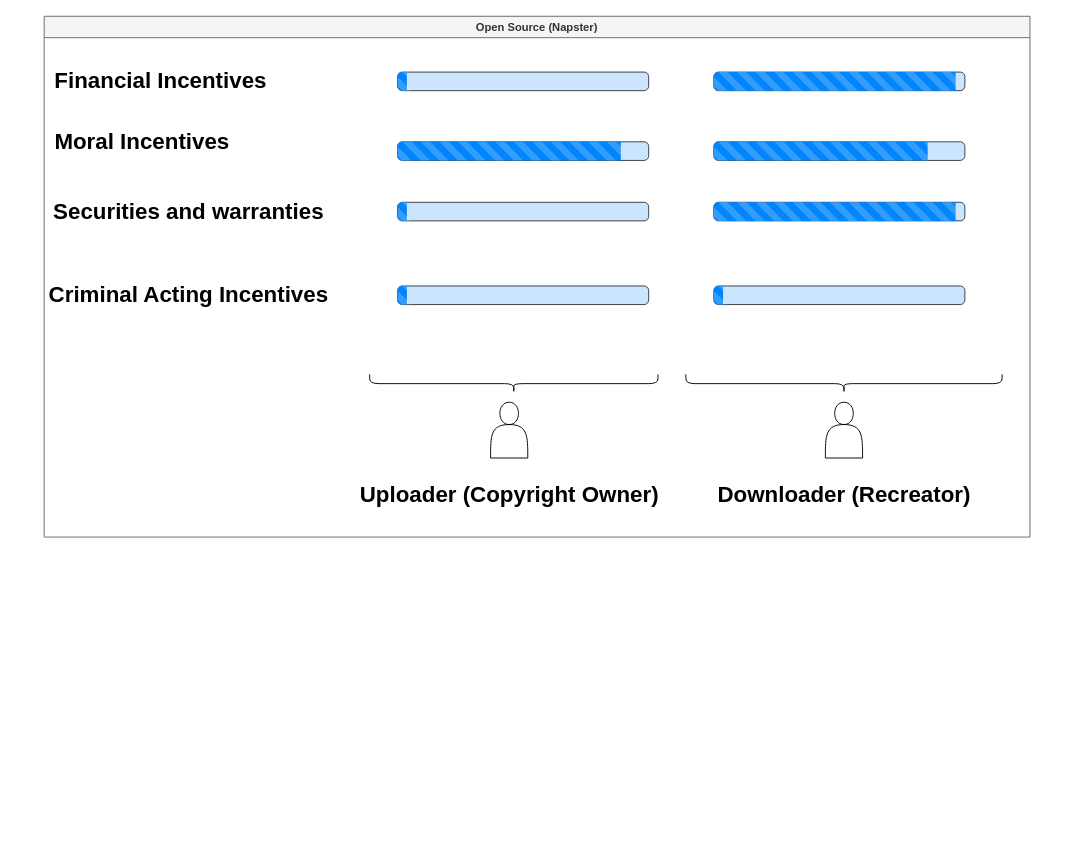
Earlier version of the draw.io diagram page "Incentive Diagramm_Open_Source" (18 of 21) of beatblender_diagrams.drawio (maximilian-mintchev/Diagrams). Source tidied: cells renumbered, new cells numbered last; positions are measured from the earlier drawing's top-left corner, leaving out a move shared by most shapes. Both pictures are drawn from the tidied source at 93%, with x=0, y=0 at pixel (16, 16).
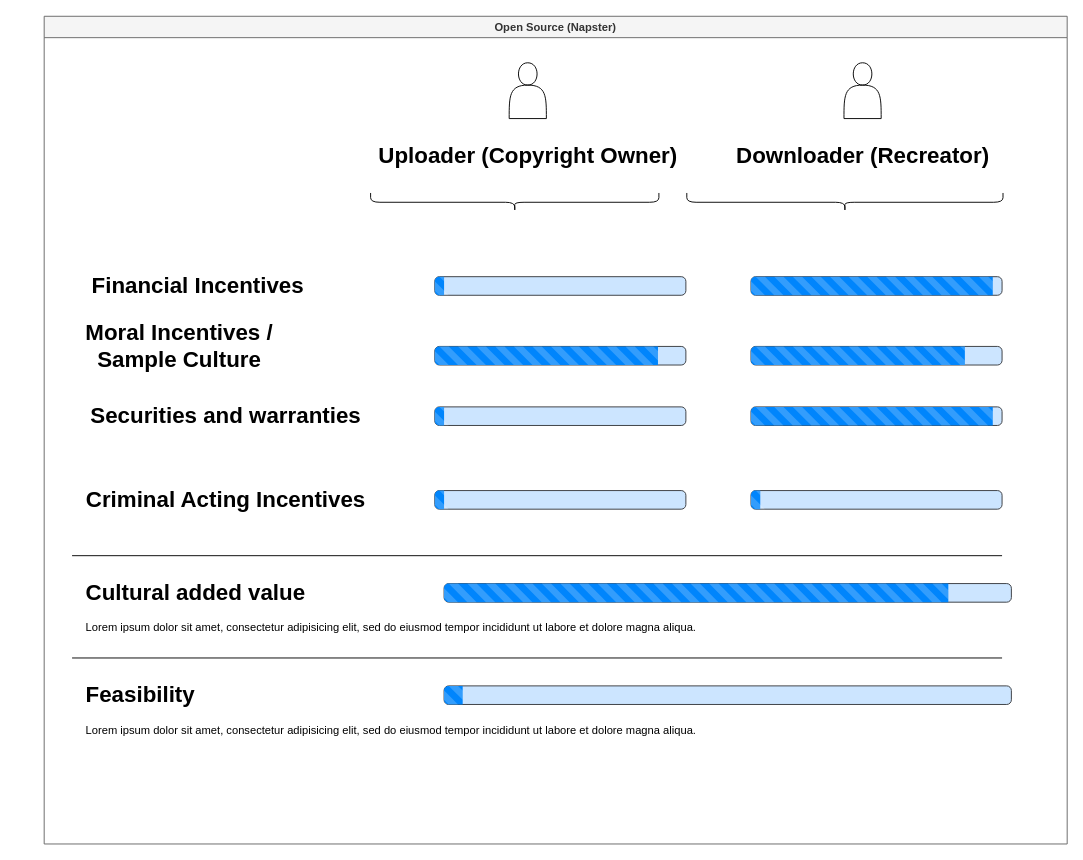
Above is the later version.

The edit, as a diff of the source:
```diff
@@
     <mxCell id="2" value="Open Source (Napster)" style="swimlane;startSize=23;fillColor=#f5f5f5;strokeColor=#666666;fontColor=#333333;" parent="1" vertex="1">
-      <mxGeometry x="30" width="1060" height="560" as="geometry" />
+      <mxGeometry x="30" width="1100" height="890" as="geometry" />
     </mxCell>
-    <mxCell id="3" style="group;" parent="2" vertex="1">
-      <mxGeometry x="810" y="415" width="100" height="120" as="geometry" />
-    </mxCell>
-    <mxCell id="4" style="shape=actor;whiteSpace=wrap;html=1;" parent="3" vertex="1">
-      <mxGeometry x="30" width="40" height="60" as="geometry" />
-    </mxCell>
-    <mxCell id="5" value="Downloader (Recreator)" style="text;strokeColor=none;fillColor=none;html=1;fontSize=24;fontStyle=1;verticalAlign=middle;align=center;" parent="3" vertex="1">
-      <mxGeometry y="80" width="100" height="40" as="geometry" />
-    </mxCell>
-    <mxCell id="6" style="group;" parent="2" vertex="1">
-      <mxGeometry x="450" y="415" width="100" height="120" as="geometry" />
-    </mxCell>
-    <mxCell id="7" style="shape=actor;whiteSpace=wrap;html=1;" parent="6" vertex="1">
-      <mxGeometry x="30" width="40" height="60" as="geometry" />
-    </mxCell>
-    <mxCell id="8" value="Uploader (Copyright Owner)" style="text;strokeColor=none;fillColor=none;html=1;fontSize=24;fontStyle=1;verticalAlign=middle;align=center;" parent="6" vertex="1">
-      <mxGeometry y="80" width="100" height="40" as="geometry" />
-    </mxCell>
-    <mxCell id="9" style="shape=curlyBracket;whiteSpace=wrap;html=1;rounded=1;rotation=-90;" parent="2" vertex="1">
-      <mxGeometry x="495" y="240" width="20" height="310" as="geometry" />
-    </mxCell>
-    <mxCell id="10" style="html=1;shadow=0;shape=mxgraph.bootstrap.rrect;rSize=5;strokeColor=#36393d;whiteSpace=wrap;labelBorderColor=#000000;sketch=0;fillColor=#cce5ff;" parent="2" vertex="1">
-      <mxGeometry x="380" y="60" width="270" height="20" as="geometry" />
-    </mxCell>
-    <mxCell id="11" style="html=1;shadow=0;dashed=0;shape=mxgraph.bootstrap.leftButtonStriped;fillColor=#0085FC;fontColor=#FFFFFF;whiteSpace=wrap;" parent="10" vertex="1">
-      <mxGeometry width="10" height="20" as="geometry" />
-    </mxCell>
+    <mxCell id="31" style="html=1;shadow=0;shape=mxgraph.bootstrap.rrect;rSize=5;strokeColor=#36393d;whiteSpace=wrap;labelBorderColor=#000000;sketch=0;fillColor=#cce5ff;" parent="2" vertex="1">
+      <mxGeometry x="420" y="280" width="270" height="20" as="geometry" />
+    </mxCell>
+    <mxCell id="32" style="html=1;shadow=0;dashed=0;shape=mxgraph.bootstrap.leftButtonStriped;fillColor=#0085FC;fontColor=#FFFFFF;whiteSpace=wrap;" parent="31" vertex="1">
+      <mxGeometry width="10" height="20" as="geometry" />
+    </mxCell>
     <mxCell id="12" value="Financial Incentives" style="text;strokeColor=none;fillColor=none;html=1;fontSize=24;fontStyle=1;verticalAlign=middle;align=center;shadow=0;sketch=0;" parent="2" vertex="1">
-      <mxGeometry x="-10" y="50" width="270" height="40" as="geometry" />
+      <mxGeometry x="30" y="270" width="270" height="40" as="geometry" />
     </mxCell>
     <mxCell id="13" value="Securities and warranties" style="text;strokeColor=none;fillColor=none;html=1;fontSize=24;fontStyle=1;verticalAlign=middle;align=center;shadow=0;sketch=0;" parent="2" vertex="1">
-      <mxGeometry x="20" y="190" width="270" height="40" as="geometry" />
+      <mxGeometry x="60" y="410" width="270" height="40" as="geometry" />
     </mxCell>
-    <mxCell id="14" style="shape=curlyBracket;whiteSpace=wrap;html=1;rounded=1;rotation=-90;" parent="2" vertex="1">
-      <mxGeometry x="850" y="225" width="20" height="340" as="geometry" />
-    </mxCell>
-    <mxCell id="15" style="html=1;shadow=0;shape=mxgraph.bootstrap.rrect;rSize=5;strokeColor=#36393d;whiteSpace=wrap;labelBorderColor=#000000;sketch=0;fillColor=#cce5ff;" parent="2" vertex="1">
-      <mxGeometry x="380" y="200" width="270" height="20" as="geometry" />
-    </mxCell>
-    <mxCell id="16" style="html=1;shadow=0;dashed=0;shape=mxgraph.bootstrap.leftButtonStriped;fillColor=#0085FC;fontColor=#FFFFFF;whiteSpace=wrap;" parent="15" vertex="1">
-      <mxGeometry width="10" height="20" as="geometry" />
-    </mxCell>
-    <mxCell id="17" style="html=1;shadow=0;shape=mxgraph.bootstrap.rrect;rSize=5;strokeColor=#36393d;whiteSpace=wrap;labelBorderColor=#000000;sketch=0;fillColor=#cce5ff;" parent="2" vertex="1">
-      <mxGeometry x="720" y="60" width="270" height="20" as="geometry" />
-    </mxCell>
-    <mxCell id="18" style="html=1;shadow=0;dashed=0;shape=mxgraph.bootstrap.leftButtonStriped;fillColor=#0085FC;fontColor=#FFFFFF;whiteSpace=wrap;" parent="17" vertex="1">
-      <mxGeometry width="260" height="20" as="geometry" />
-    </mxCell>
-    <mxCell id="19" style="html=1;shadow=0;shape=mxgraph.bootstrap.rrect;rSize=5;strokeColor=#36393d;whiteSpace=wrap;labelBorderColor=#000000;sketch=0;fillColor=#cce5ff;" parent="2" vertex="1">
-      <mxGeometry x="720" y="200" width="270" height="20" as="geometry" />
-    </mxCell>
-    <mxCell id="20" style="html=1;shadow=0;dashed=0;shape=mxgraph.bootstrap.leftButtonStriped;fillColor=#0085FC;fontColor=#FFFFFF;whiteSpace=wrap;" parent="19" vertex="1">
-      <mxGeometry width="260" height="20" as="geometry" />
-    </mxCell>
-    <mxCell id="21" style="html=1;shadow=0;shape=mxgraph.bootstrap.rrect;rSize=5;strokeColor=#36393d;whiteSpace=wrap;labelBorderColor=#000000;sketch=0;fillColor=#cce5ff;" parent="2" vertex="1">
-      <mxGeometry x="380" y="135" width="270" height="20" as="geometry" />
-    </mxCell>
+    <mxCell id="33" style="html=1;shadow=0;shape=mxgraph.bootstrap.rrect;rSize=5;strokeColor=#36393d;whiteSpace=wrap;labelBorderColor=#000000;sketch=0;fillColor=#cce5ff;" parent="2" vertex="1">
+      <mxGeometry x="420" y="420" width="270" height="20" as="geometry" />
+    </mxCell>
+    <mxCell id="34" style="html=1;shadow=0;dashed=0;shape=mxgraph.bootstrap.leftButtonStriped;fillColor=#0085FC;fontColor=#FFFFFF;whiteSpace=wrap;" parent="33" vertex="1">
+      <mxGeometry width="10" height="20" as="geometry" />
+    </mxCell>
+    <mxCell id="35" style="html=1;shadow=0;shape=mxgraph.bootstrap.rrect;rSize=5;strokeColor=#36393d;whiteSpace=wrap;labelBorderColor=#000000;sketch=0;fillColor=#cce5ff;" parent="2" vertex="1">
+      <mxGeometry x="760" y="280" width="270" height="20" as="geometry" />
+    </mxCell>
+    <mxCell id="36" style="html=1;shadow=0;dashed=0;shape=mxgraph.bootstrap.leftButtonStriped;fillColor=#0085FC;fontColor=#FFFFFF;whiteSpace=wrap;" parent="35" vertex="1">
+      <mxGeometry width="260" height="20" as="geometry" />
+    </mxCell>
+    <mxCell id="37" style="html=1;shadow=0;shape=mxgraph.bootstrap.rrect;rSize=5;strokeColor=#36393d;whiteSpace=wrap;labelBorderColor=#000000;sketch=0;fillColor=#cce5ff;" parent="2" vertex="1">
+      <mxGeometry x="760" y="420" width="270" height="20" as="geometry" />
+    </mxCell>
+    <mxCell id="38" style="html=1;shadow=0;dashed=0;shape=mxgraph.bootstrap.leftButtonStriped;fillColor=#0085FC;fontColor=#FFFFFF;whiteSpace=wrap;" parent="37" vertex="1">
+      <mxGeometry width="260" height="20" as="geometry" />
+    </mxCell>
+    <mxCell id="39" style="html=1;shadow=0;shape=mxgraph.bootstrap.rrect;rSize=5;strokeColor=#36393d;whiteSpace=wrap;labelBorderColor=#000000;sketch=0;fillColor=#cce5ff;" parent="2" vertex="1">
+      <mxGeometry x="420" y="355" width="270" height="20" as="geometry" />
+    </mxCell>
-    <mxCell id="22" style="html=1;shadow=0;dashed=0;shape=mxgraph.bootstrap.leftButtonStriped;fillColor=#0085FC;fontColor=#FFFFFF;whiteSpace=wrap;" parent="21" vertex="1">
+    <mxCell id="22" style="html=1;shadow=0;dashed=0;shape=mxgraph.bootstrap.leftButtonStriped;fillColor=#0085FC;fontColor=#FFFFFF;whiteSpace=wrap;" parent="39" vertex="1">
       <mxGeometry width="240" height="20" as="geometry" />
     </mxCell>
-    <mxCell id="23" style="html=1;shadow=0;shape=mxgraph.bootstrap.rrect;rSize=5;strokeColor=#36393d;whiteSpace=wrap;labelBorderColor=#000000;sketch=0;fillColor=#cce5ff;" parent="2" vertex="1">
-      <mxGeometry x="720" y="135" width="270" height="20" as="geometry" />
-    </mxCell>
+    <mxCell id="40" style="html=1;shadow=0;shape=mxgraph.bootstrap.rrect;rSize=5;strokeColor=#36393d;whiteSpace=wrap;labelBorderColor=#000000;sketch=0;fillColor=#cce5ff;" parent="2" vertex="1">
+      <mxGeometry x="760" y="355" width="270" height="20" as="geometry" />
+    </mxCell>
-    <mxCell id="24" style="html=1;shadow=0;dashed=0;shape=mxgraph.bootstrap.leftButtonStriped;fillColor=#0085FC;fontColor=#FFFFFF;whiteSpace=wrap;" parent="23" vertex="1">
+    <mxCell id="24" style="html=1;shadow=0;dashed=0;shape=mxgraph.bootstrap.leftButtonStriped;fillColor=#0085FC;fontColor=#FFFFFF;whiteSpace=wrap;" parent="40" vertex="1">
       <mxGeometry width="230" height="20" as="geometry" />
     </mxCell>
-    <mxCell id="25" value="Moral Incentives" style="text;strokeColor=none;fillColor=none;html=1;fontSize=24;fontStyle=1;verticalAlign=middle;align=center;shadow=0;sketch=0;" parent="2" vertex="1">
-      <mxGeometry x="-30" y="115" width="270" height="40" as="geometry" />
-    </mxCell>
+    <mxCell id="41" value="Moral Incentives / &lt;br&gt;Sample Culture" style="text;strokeColor=none;fillColor=none;html=1;fontSize=24;fontStyle=1;verticalAlign=middle;align=center;shadow=0;sketch=0;" parent="2" vertex="1">
+      <mxGeometry x="10" y="335" width="270" height="40" as="geometry" />
+    </mxCell>
     <mxCell id="26" value="Criminal Acting Incentives" style="text;strokeColor=none;fillColor=none;html=1;fontSize=24;fontStyle=1;verticalAlign=middle;align=center;shadow=0;sketch=0;" parent="2" vertex="1">
-      <mxGeometry x="20" y="280" width="270" height="40" as="geometry" />
+      <mxGeometry x="60" y="500" width="270" height="40" as="geometry" />
     </mxCell>
-    <mxCell id="27" style="html=1;shadow=0;shape=mxgraph.bootstrap.rrect;rSize=5;strokeColor=#36393d;whiteSpace=wrap;labelBorderColor=#000000;sketch=0;fillColor=#cce5ff;" parent="2" vertex="1">
-      <mxGeometry x="380" y="290" width="270" height="20" as="geometry" />
-    </mxCell>
-    <mxCell id="28" style="html=1;shadow=0;dashed=0;shape=mxgraph.bootstrap.leftButtonStriped;fillColor=#0085FC;fontColor=#FFFFFF;whiteSpace=wrap;" parent="27" vertex="1">
-      <mxGeometry width="10" height="20" as="geometry" />
-    </mxCell>
-    <mxCell id="29" style="html=1;shadow=0;shape=mxgraph.bootstrap.rrect;rSize=5;strokeColor=#36393d;whiteSpace=wrap;labelBorderColor=#000000;sketch=0;fillColor=#cce5ff;" parent="2" vertex="1">
-      <mxGeometry x="720" y="290" width="270" height="20" as="geometry" />
-    </mxCell>
-    <mxCell id="30" style="html=1;shadow=0;dashed=0;shape=mxgraph.bootstrap.leftButtonStriped;fillColor=#0085FC;fontColor=#FFFFFF;whiteSpace=wrap;" parent="29" vertex="1">
-      <mxGeometry width="10" height="20" as="geometry" />
-    </mxCell>
+    <mxCell id="42" style="html=1;shadow=0;shape=mxgraph.bootstrap.rrect;rSize=5;strokeColor=#36393d;whiteSpace=wrap;labelBorderColor=#000000;sketch=0;fillColor=#cce5ff;" parent="2" vertex="1">
+      <mxGeometry x="420" y="510" width="270" height="20" as="geometry" />
+    </mxCell>
+    <mxCell id="43" style="html=1;shadow=0;dashed=0;shape=mxgraph.bootstrap.leftButtonStriped;fillColor=#0085FC;fontColor=#FFFFFF;whiteSpace=wrap;" parent="42" vertex="1">
+      <mxGeometry width="10" height="20" as="geometry" />
+    </mxCell>
+    <mxCell id="44" style="html=1;shadow=0;shape=mxgraph.bootstrap.rrect;rSize=5;strokeColor=#36393d;whiteSpace=wrap;labelBorderColor=#000000;sketch=0;fillColor=#cce5ff;" parent="2" vertex="1">
+      <mxGeometry x="760" y="510" width="270" height="20" as="geometry" />
+    </mxCell>
+    <mxCell id="45" style="html=1;shadow=0;dashed=0;shape=mxgraph.bootstrap.leftButtonStriped;fillColor=#0085FC;fontColor=#FFFFFF;whiteSpace=wrap;" parent="44" vertex="1">
+      <mxGeometry width="10" height="20" as="geometry" />
+    </mxCell>
+    <mxCell id="46" value="&lt;h1&gt;Cultural added value&lt;/h1&gt;&lt;p&gt;Lorem ipsum dolor sit amet, consectetur adipisicing elit, sed do eiusmod tempor incididunt ut labore et dolore magna aliqua.&lt;/p&gt;" style="text;html=1;strokeColor=none;fillColor=none;spacing=5;spacingTop=-20;whiteSpace=wrap;overflow=hidden;rounded=0;shadow=0;sketch=0;" parent="2" vertex="1">
+      <mxGeometry x="40" y="600" width="1030" height="90" as="geometry" />
+    </mxCell>
+    <mxCell id="47" value="&lt;h1&gt;Feasibility&lt;br&gt;&lt;/h1&gt;&lt;p&gt;Lorem ipsum dolor sit amet, consectetur adipisicing elit, sed do eiusmod tempor incididunt ut labore et dolore magna aliqua.&lt;/p&gt;" style="text;html=1;strokeColor=none;fillColor=none;spacing=5;spacingTop=-20;whiteSpace=wrap;overflow=hidden;rounded=0;shadow=0;sketch=0;" parent="2" vertex="1">
+      <mxGeometry x="40" y="710" width="1030" height="90" as="geometry" />
+    </mxCell>
+    <mxCell id="48" style="endArrow=none;html=1;" parent="2" edge="1">
+      <mxGeometry relative="1" as="geometry">
+        <mxPoint x="30" y="690" as="sourcePoint" />
+        <mxPoint x="1030" y="690" as="targetPoint" />
+      </mxGeometry>
+    </mxCell>
+    <mxCell id="49" style="html=1;shadow=0;shape=mxgraph.bootstrap.rrect;rSize=5;strokeColor=#36393d;whiteSpace=wrap;labelBorderColor=#000000;sketch=0;fillColor=#cce5ff;" parent="2" vertex="1">
+      <mxGeometry x="430" y="720" width="610" height="20" as="geometry" />
+    </mxCell>
+    <mxCell id="50" style="html=1;shadow=0;dashed=0;shape=mxgraph.bootstrap.leftButtonStriped;fillColor=#0085FC;fontColor=#FFFFFF;whiteSpace=wrap;" parent="49" vertex="1">
+      <mxGeometry width="20" height="20" as="geometry" />
+    </mxCell>
+    <mxCell id="51" style="group;" parent="1" vertex="1">
+      <mxGeometry x="860" y="50" width="100" height="120" as="geometry" />
+    </mxCell>
+    <mxCell id="52" style="shape=actor;whiteSpace=wrap;html=1;" parent="51" vertex="1">
+      <mxGeometry x="30" width="40" height="60" as="geometry" />
+    </mxCell>
+    <mxCell id="5" value="Downloader (Recreator)" style="text;strokeColor=none;fillColor=none;html=1;fontSize=24;fontStyle=1;verticalAlign=middle;align=center;" parent="51" vertex="1">
+      <mxGeometry y="80" width="100" height="40" as="geometry" />
+    </mxCell>
+    <mxCell id="53" style="group;" parent="1" vertex="1">
+      <mxGeometry x="500" y="50" width="100" height="120" as="geometry" />
+    </mxCell>
+    <mxCell id="54" style="shape=actor;whiteSpace=wrap;html=1;" parent="53" vertex="1">
+      <mxGeometry x="30" width="40" height="60" as="geometry" />
+    </mxCell>
+    <mxCell id="8" value="Uploader (Copyright Owner)" style="text;strokeColor=none;fillColor=none;html=1;fontSize=24;fontStyle=1;verticalAlign=middle;align=center;" parent="53" vertex="1">
+      <mxGeometry y="80" width="100" height="40" as="geometry" />
+    </mxCell>
+    <mxCell id="55" style="shape=curlyBracket;whiteSpace=wrap;html=1;rounded=1;rotation=-90;" parent="1" vertex="1">
+      <mxGeometry x="526" y="45" width="20" height="310" as="geometry" />
+    </mxCell>
+    <mxCell id="56" style="shape=curlyBracket;whiteSpace=wrap;html=1;rounded=1;rotation=-90;" parent="1" vertex="1">
+      <mxGeometry x="881" y="30" width="20" height="340" as="geometry" />
+    </mxCell>
+    <mxCell id="57" style="endArrow=none;html=1;" parent="1" edge="1">
+      <mxGeometry relative="1" as="geometry">
+        <mxPoint x="60" y="580" as="sourcePoint" />
+        <mxPoint x="1060" y="580" as="targetPoint" />
+      </mxGeometry>
+    </mxCell>
+    <mxCell id="58" style="html=1;shadow=0;shape=mxgraph.bootstrap.rrect;rSize=5;strokeColor=#36393d;whiteSpace=wrap;labelBorderColor=#000000;sketch=0;fillColor=#cce5ff;" parent="1" vertex="1">
+      <mxGeometry x="460" y="610" width="610" height="20" as="geometry" />
+    </mxCell>
+    <mxCell id="59" style="html=1;shadow=0;dashed=0;shape=mxgraph.bootstrap.leftButtonStriped;fillColor=#0085FC;fontColor=#FFFFFF;whiteSpace=wrap;" parent="58" vertex="1">
+      <mxGeometry width="542.2" height="20" as="geometry" />
+    </mxCell>
```
